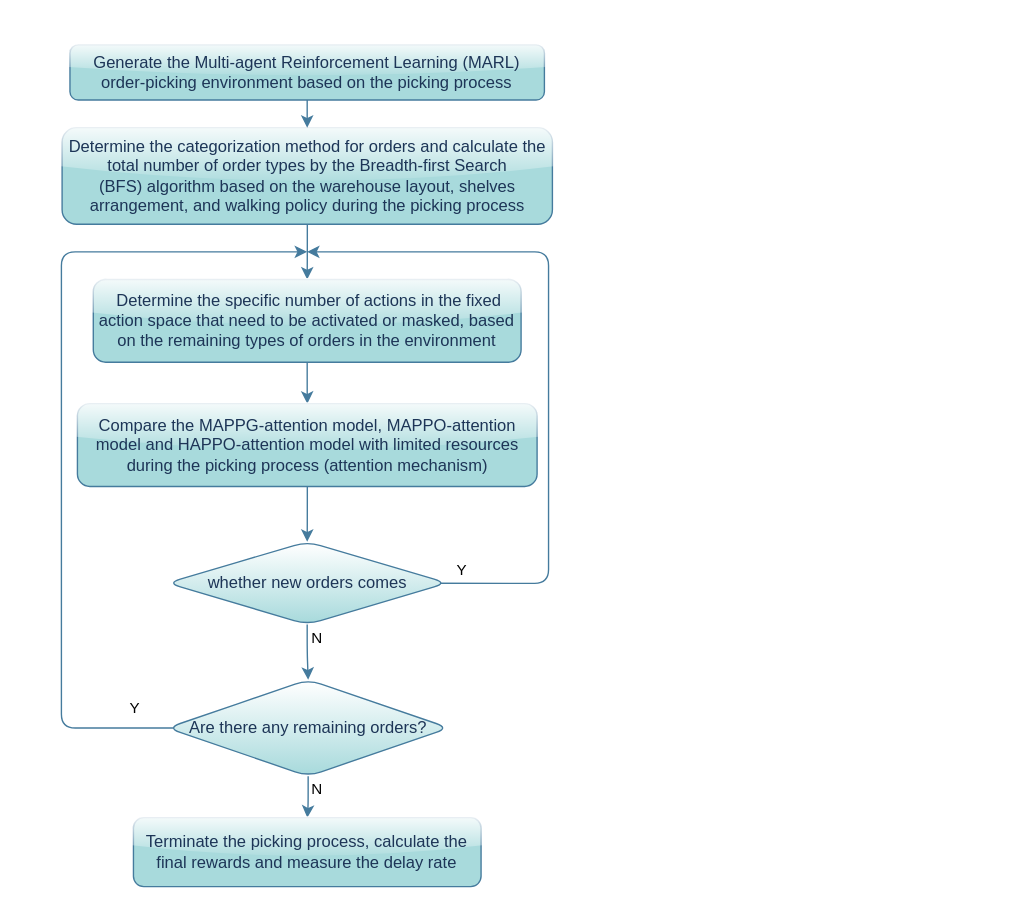
xfl11/xfliu keeps this draw.io diagram as 未命名绘图.drawio. Above is the earlier version. Source tidied: cells renumbered, new cells numbered last; positions are measured from the earlier drawing's top-left corner, leaving out a move shared by most shapes. Both pictures are drawn from the tidied source at 138%, with x=0, y=0 at pixel (61, 44).
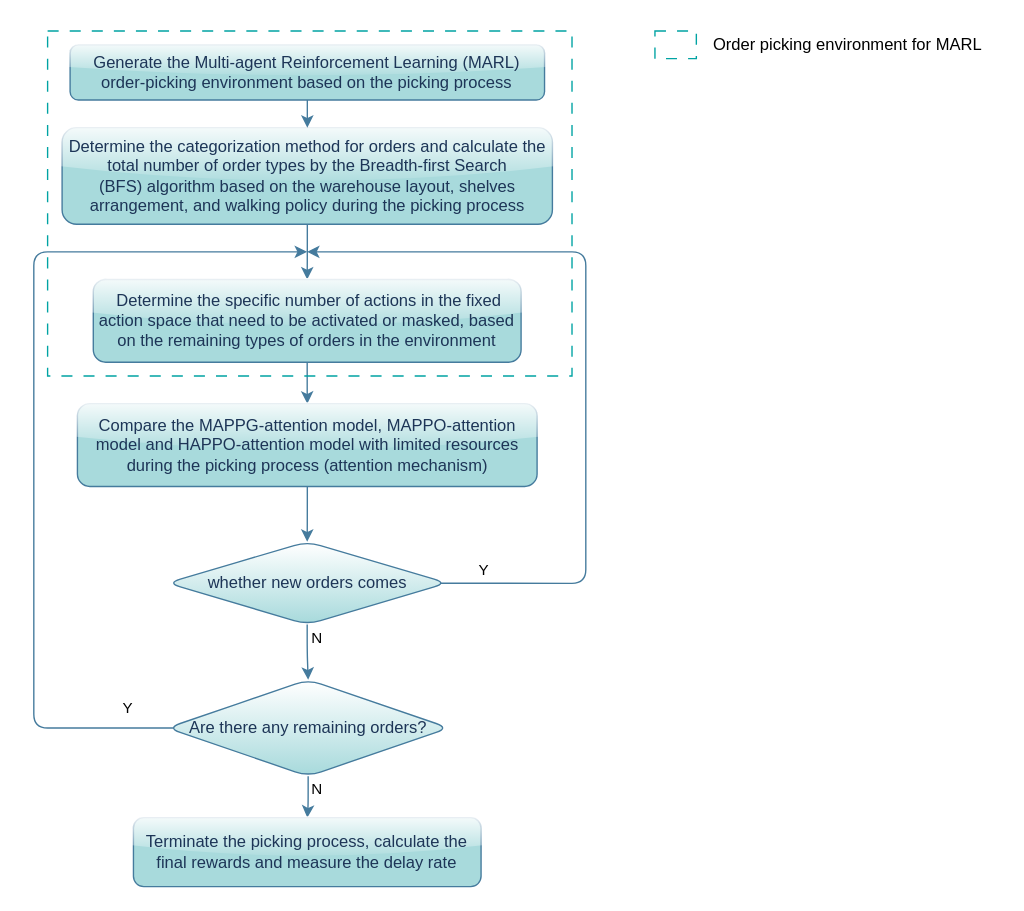
The same diagram, later.

Commit message:
更新未命名绘图.drawio

Unchanged cells that the change refers to:
```xml
<mxCell id="12" value="whether new orders comes" style="rhombus;whiteSpace=wrap;html=1;labelBackgroundColor=none;fillColor=#A8DADC;strokeColor=#457B9D;fontColor=#1D3557;rounded=1;shadow=0;gradientColor=#ffffff;gradientDirection=north;" parent="1" vertex="1">
  <mxGeometry x="76.6" y="360" width="203.1" height="60" as="geometry" />
</mxCell>
<mxCell id="18" value="Are there any remaining orders?" style="rhombus;whiteSpace=wrap;html=1;labelBackgroundColor=none;fillColor=#A8DADC;strokeColor=#457B9D;fontColor=#1D3557;rounded=1;gradientColor=#ffffff;gradientDirection=north;" parent="1" vertex="1">
  <mxGeometry x="76.6" y="460" width="204.4" height="70" as="geometry" />
</mxCell>
```

Change to the diagram source:
```diff
@@
     <mxCell id="8" style="edgeStyle=orthogonalEdgeStyle;rounded=1;jettySize=auto;html=1;exitX=0.95;exitY=0.503;exitDx=0;exitDy=0;labelBackgroundColor=none;strokeColor=#457B9D;fontColor=default;exitPerimeter=0;" parent="1" edge="1" source="12">
       <mxGeometry relative="1" as="geometry">
         <mxPoint x="178" y="150" as="targetPoint" />
         <Array as="points">
-          <mxPoint x="353" y="390" />
-          <mxPoint x="353" y="150" />
+          <mxPoint x="380" y="390" />
+          <mxPoint x="380" y="150" />
         </Array>
       </mxGeometry>
     </mxCell>
@@
     <mxCell id="16" style="edgeStyle=orthogonalEdgeStyle;rounded=1;jettySize=auto;html=1;exitX=0.057;exitY=0.48;exitDx=0;exitDy=0;labelBackgroundColor=none;strokeColor=#457B9D;fontColor=default;exitPerimeter=0;" parent="1" edge="1" source="18">
       <mxGeometry relative="1" as="geometry">
         <mxPoint x="178" y="150" as="targetPoint" />
         <Array as="points">
           <mxPoint x="88" y="495" />
-          <mxPoint y="495" />
-          <mxPoint y="150" />
+          <mxPoint x="-20" y="495" />
+          <mxPoint x="-20" y="150" />
         </Array>
       </mxGeometry>
     </mxCell>
@@
     <mxCell id="20" value="Generate the&amp;nbsp;Multi-agent Reinforcement Learning (MARL) order-picking environment based on the picking process" style="rounded=1;whiteSpace=wrap;html=1;fillColor=#A8DADC;strokeColor=#457B9D;labelBackgroundColor=none;fontColor=#1D3557;glass=1;" parent="1" vertex="1">
-      <mxGeometry x="6.2" width="343.8" height="40" as="geometry" />
+      <mxGeometry x="6.3" width="343.8" height="40" as="geometry" />
     </mxCell>
+    <mxCell id="21" style="rounded=0;whiteSpace=wrap;html=1;dashed=1;dashPattern=8 8;strokeColor=#00a3a3;strokeWidth=1;fillColor=none;" parent="1" vertex="1">
+      <mxGeometry x="-10" y="-10" width="380" height="250" as="geometry" />
+    </mxCell>
+    <mxCell id="22" value="Order picking environment for MARL" style="text;html=1;strokeColor=none;fillColor=none;align=center;verticalAlign=middle;whiteSpace=wrap;rounded=0;" parent="1" vertex="1">
+      <mxGeometry x="460.1" y="-15" width="220" height="30" as="geometry" />
+    </mxCell>
+    <mxCell id="23" style="rounded=0;whiteSpace=wrap;html=1;dashed=1;dashPattern=8 8;strokeColor=#00a3a3;strokeWidth=1;fillColor=none;" parent="1" vertex="1">
+      <mxGeometry x="430.1" y="-10" width="30" height="20" as="geometry" />
+    </mxCell>
```
